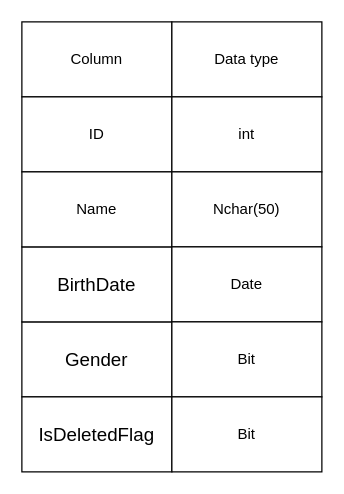
giangcoiphp/covid19 keeps this draw.io diagram as page "ex4" (3 of 3) of BSQL Assignment 103.drawio. Above is the earlier version. Source tidied: cells renumbered, new cells numbered last; positions are measured from the earlier drawing's top-left corner, leaving out a move shared by most shapes. Both pictures are drawn from the tidied source at 125%, with x=0, y=0 at pixel (21, 21).
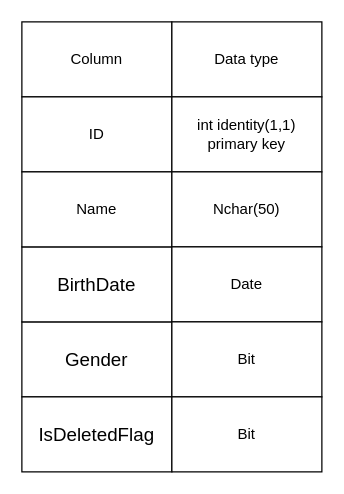
Above is the later version.

Change to the diagram source:
```diff
@@
 <mxGraphModel>
   <root>
     <mxCell id="0" />
     <mxCell id="1" parent="0" />
     <mxCell id="2" value="Column" style="rounded=0;whiteSpace=wrap;html=1;" parent="1" vertex="1">
       <mxGeometry width="120" height="60" as="geometry" />
     </mxCell>
     <mxCell id="3" value="Data type" style="rounded=0;whiteSpace=wrap;html=1;" parent="1" vertex="1">
       <mxGeometry x="120" width="120" height="60" as="geometry" />
     </mxCell>
     <mxCell id="4" value="ID" style="rounded=0;whiteSpace=wrap;html=1;" parent="1" vertex="1">
       <mxGeometry y="60" width="120" height="60" as="geometry" />
     </mxCell>
     <mxCell id="5" value="&lt;span style=&quot;font-family: Muli, sans-serif; font-size: 15px; text-align: start; background-color: rgb(255, 255, 255);&quot;&gt;Gender&lt;/span&gt;" style="rounded=0;whiteSpace=wrap;html=1;" parent="1" vertex="1">
       <mxGeometry y="240" width="120" height="60" as="geometry" />
     </mxCell>
     <mxCell id="6" value="&lt;span style=&quot;font-family: Muli, sans-serif; font-size: 15px; text-align: start; background-color: rgb(255, 255, 255);&quot;&gt;BirthDate&lt;/span&gt;" style="rounded=0;whiteSpace=wrap;html=1;" parent="1" vertex="1">
       <mxGeometry y="180" width="120" height="60" as="geometry" />
     </mxCell>
     <mxCell id="7" value="Name" style="rounded=0;whiteSpace=wrap;html=1;" parent="1" vertex="1">
       <mxGeometry y="120" width="120" height="60" as="geometry" />
     </mxCell>
-    <mxCell id="8" value="int" style="rounded=0;whiteSpace=wrap;html=1;" parent="1" vertex="1">
+    <mxCell id="8" value="int identity(1,1) primary key" style="rounded=0;whiteSpace=wrap;html=1;" parent="1" vertex="1">
       <mxGeometry x="120" y="60" width="120" height="60" as="geometry" />
     </mxCell>
     <mxCell id="9" value="Nchar(50)" style="rounded=0;whiteSpace=wrap;html=1;" parent="1" vertex="1">
       <mxGeometry x="120" y="120" width="120" height="60" as="geometry" />
     </mxCell>
     <mxCell id="10" value="Date" style="rounded=0;whiteSpace=wrap;html=1;" parent="1" vertex="1">
       <mxGeometry x="120" y="180" width="120" height="60" as="geometry" />
     </mxCell>
     <mxCell id="11" value="Bit" style="rounded=0;whiteSpace=wrap;html=1;" parent="1" vertex="1">
       <mxGeometry x="120" y="240" width="120" height="60" as="geometry" />
     </mxCell>
     <mxCell id="12" value="&lt;span style=&quot;font-family: Muli, sans-serif; font-size: 15px; text-align: start; background-color: rgb(255, 255, 255);&quot;&gt;IsDeletedFlag&lt;/span&gt;" style="rounded=0;whiteSpace=wrap;html=1;" parent="1" vertex="1">
       <mxGeometry y="300" width="120" height="60" as="geometry" />
     </mxCell>
     <mxCell id="13" value="Bit" style="rounded=0;whiteSpace=wrap;html=1;" parent="1" vertex="1">
       <mxGeometry x="120" y="300" width="120" height="60" as="geometry" />
     </mxCell>
   </root>
 </mxGraphModel>
```
